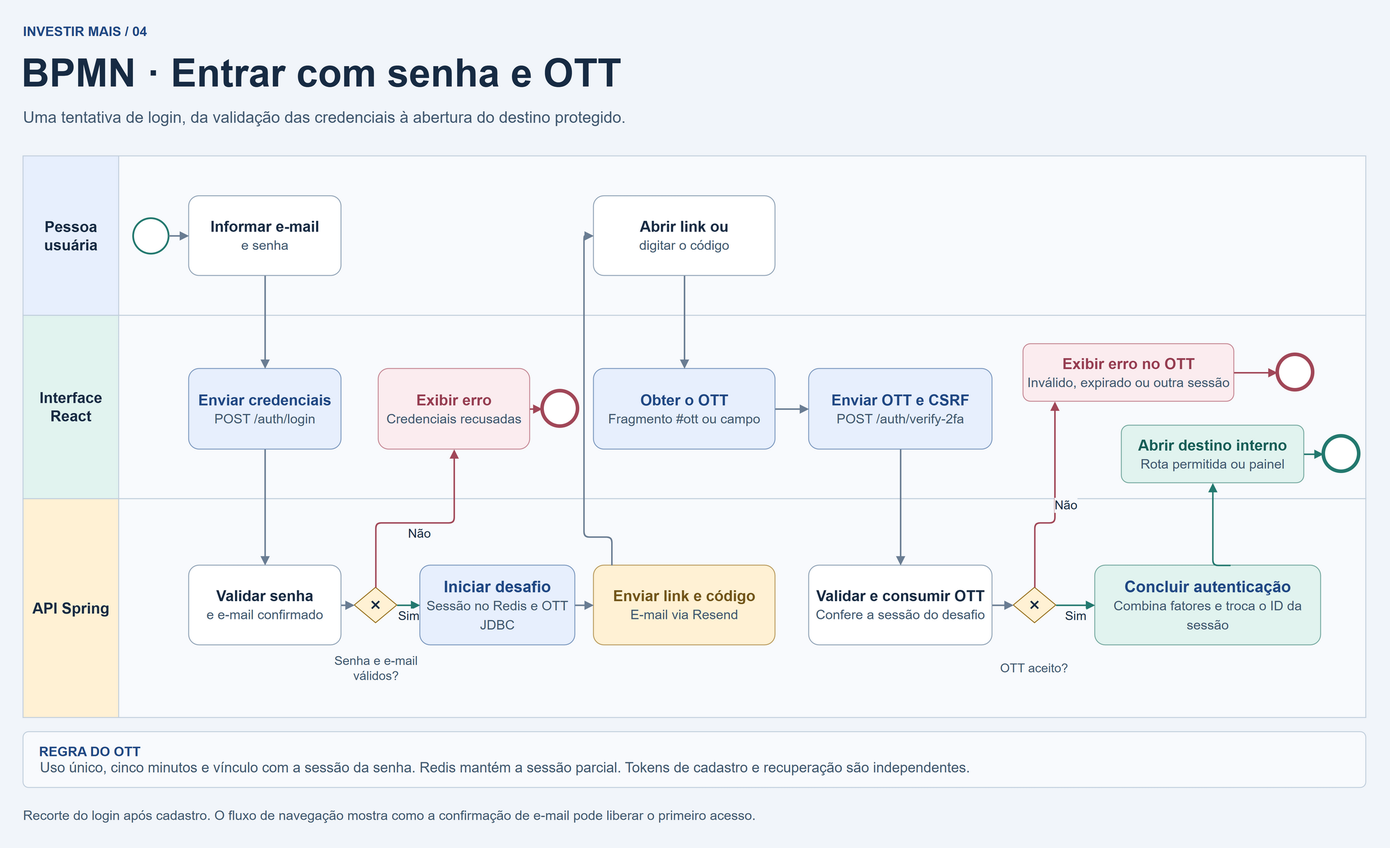
Earlier version of the draw.io export docs/diagramas/bpmn-login-ott.png (GabrielYYM/INVESTIR-MAIS). Source tidied: cells renumbered, new cells last; positions are measured from the earlier drawing's top-left corner, leaving out a move shared by most shapes.
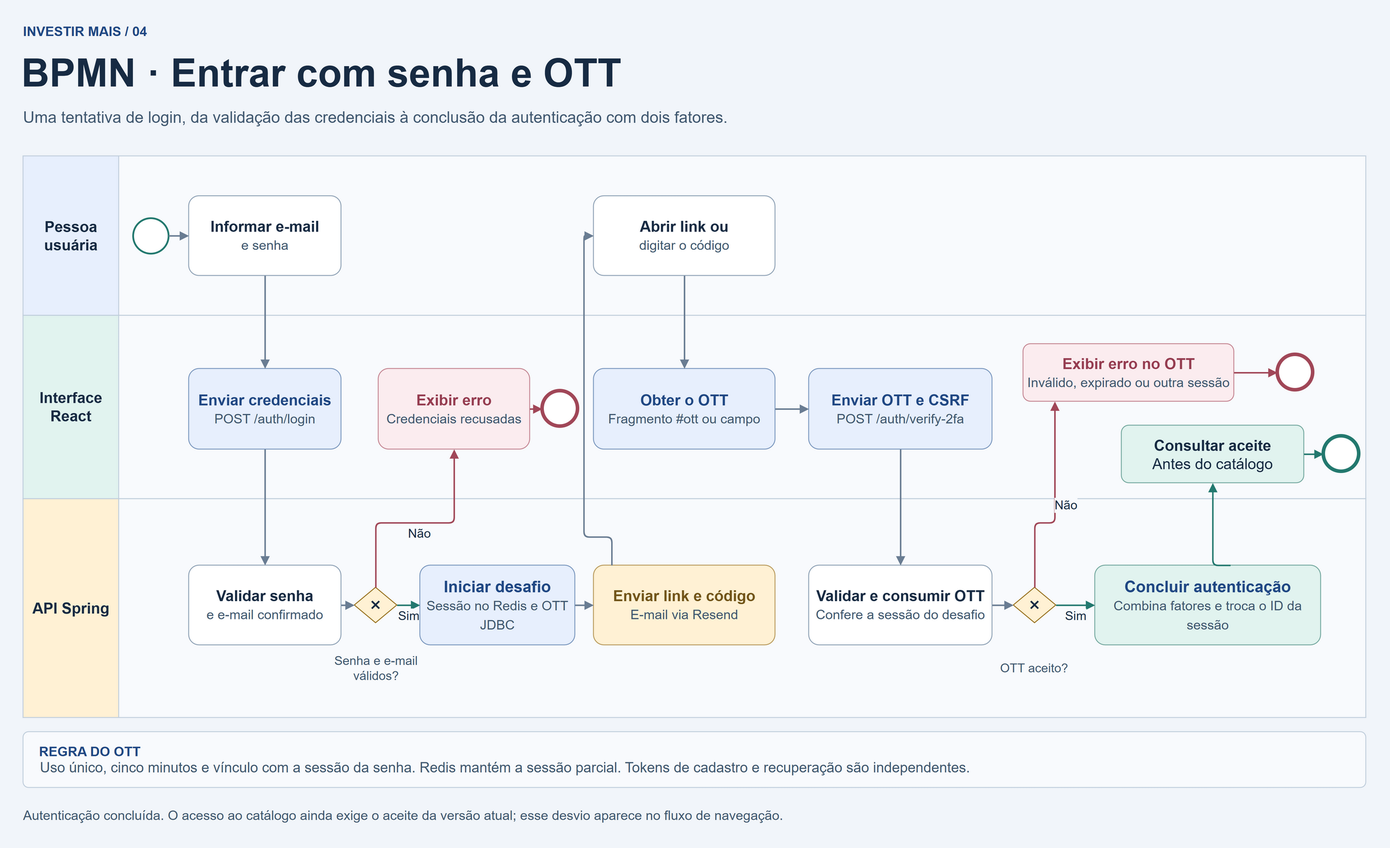
After the change.

Diff of the diagram source:
```diff
@@ -8,10 +8,10 @@
     <mxCell id="3" value="BPMN · Entrar com senha e OTT" style="html=1;whiteSpace=wrap;text;strokeColor=none;fillColor=none;fontSize=44;fontColor=#172B43;fontStyle=1;align=left;verticalAlign=middle;spacing=0;" parent="1" vertex="1">
       <mxGeometry y="31" width="1520" height="54" as="geometry" />
     </mxCell>
-    <mxCell id="4" value="Uma tentativa de login, da validação das credenciais à abertura do destino protegido." style="html=1;whiteSpace=wrap;text;strokeColor=none;fillColor=none;fontSize=18;fontColor=#405870;fontStyle=0;align=left;verticalAlign=middle;spacing=0;" parent="1" vertex="1">
+    <mxCell id="4" value="Uma tentativa de login, da validação das credenciais à conclusão da autenticação com dois fatores." style="html=1;whiteSpace=wrap;text;strokeColor=none;fillColor=none;fontSize=18;fontColor=#405870;fontStyle=0;align=left;verticalAlign=middle;spacing=0;" parent="1" vertex="1">
       <mxGeometry x="2" y="93" width="1516" height="29" as="geometry" />
     </mxCell>
-    <mxCell id="5" value="Recorte do login após cadastro. O fluxo de navegação mostra como a confirmação de e-mail pode liberar o primeiro acesso." style="html=1;whiteSpace=wrap;text;strokeColor=none;fillColor=none;fontSize=15;fontColor=#405870;fontStyle=0;align=left;verticalAlign=middle;spacing=0;" parent="1" vertex="1">
+    <mxCell id="5" value="Autenticação concluída. O acesso ao catálogo ainda exige o aceite da versão atual; esse desvio aparece no fluxo de navegação." style="html=1;whiteSpace=wrap;text;strokeColor=none;fillColor=none;fontSize=15;fontColor=#405870;fontStyle=0;align=left;verticalAlign=middle;spacing=0;" parent="1" vertex="1">
       <mxGeometry x="2" y="884" width="1516" height="24" as="geometry" />
     </mxCell>
     <mxCell id="6" style="html=1;whiteSpace=wrap;swimlane;horizontal=0;startSize=108;rounded=0;fillColor=#E7EFFD;swimlaneFillColor=#F8FAFD;strokeColor=#C0CEDC;fontSize=17;fontStyle=1;fontColor=#172B43;" parent="1" vertex="1">
@@ -62,7 +62,7 @@
     <mxCell id="21" style="html=1;whiteSpace=wrap;ellipse;fillColor=#FFFFFF;strokeColor=#A14758;strokeWidth=4;" parent="1" vertex="1">
       <mxGeometry x="1418" y="376" width="40" height="40" as="geometry" />
     </mxCell>
-    <mxCell id="22" value="&lt;b style=&quot;font-size:17px;color:#175E57&quot;&gt;Abrir destino interno&lt;/b&gt;&lt;br&gt;&lt;span style=&quot;font-size:15px;color:#405870;line-height:1.35&quot;&gt;Rota permitida ou painel&lt;/span&gt;" style="html=1;whiteSpace=wrap;rounded=1;arcSize=13;fillColor=#E1F3EF;strokeColor=#75A9A0;align=center;verticalAlign=middle;fontColor=#172B43;fontSize=17;spacing=5;" parent="1" vertex="1">
+    <mxCell id="22" value="&lt;b&gt;Consultar aceite&lt;/b&gt;&lt;br&gt;Antes do catálogo" style="html=1;whiteSpace=wrap;rounded=1;arcSize=13;fillColor=#E1F3EF;strokeColor=#75A9A0;align=center;verticalAlign=middle;fontColor=#172B43;fontSize=17;spacing=5;" parent="1" vertex="1">
       <mxGeometry x="1242" y="456" width="206" height="65" as="geometry" />
     </mxCell>
     <mxCell id="23" style="html=1;whiteSpace=wrap;ellipse;fillColor=#FFFFFF;strokeColor=#23796F;strokeWidth=4;" parent="1" vertex="1">
```
